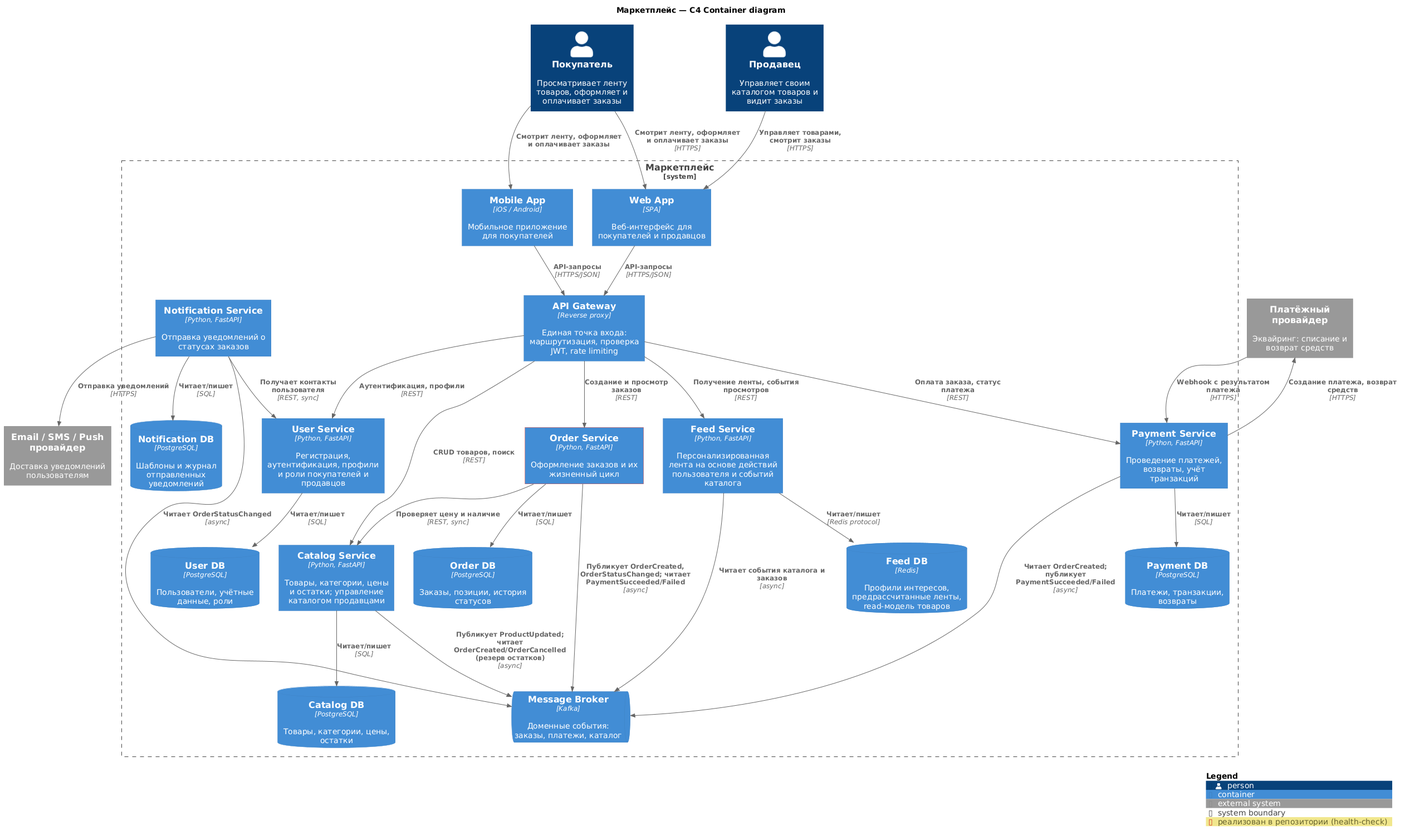
seajoyer/soa-hw keeps this PlantUML diagram as docs/c4-container.png. Above is the earlier version.
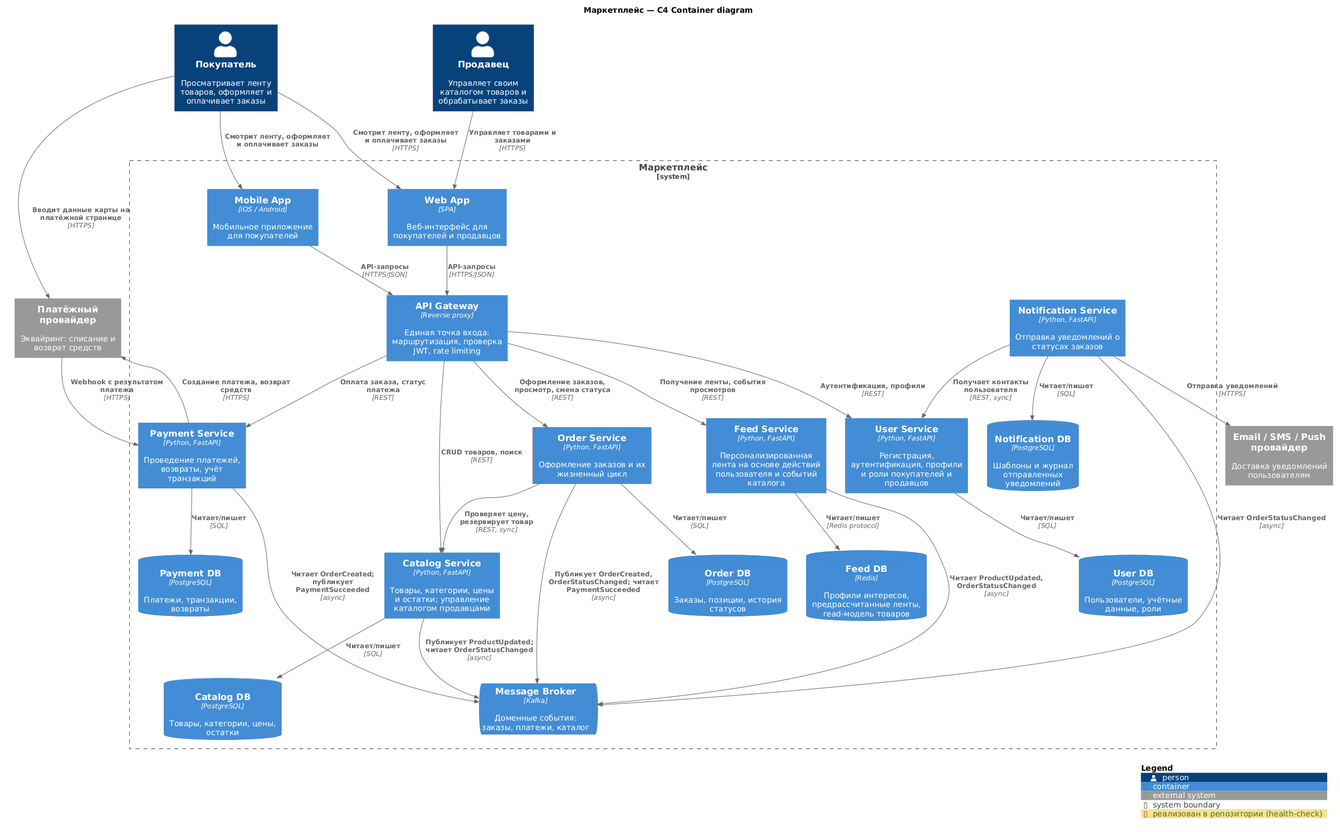
Later version of the same file.

The edit, as a diff of the source:
```diff
@@ -6,7 +6,7 @@
 AddElementTag("implemented", $borderColor="#d73027", $legendText="реализован в репозитории (health-check)")
 
 Person(buyer, "Покупатель", "Просматривает ленту товаров, оформляет и оплачивает заказы")
-Person(seller, "Продавец", "Управляет своим каталогом товаров и видит заказы")
+Person(seller, "Продавец", "Управляет своим каталогом товаров и обрабатывает заказы")
 
 System_Boundary(mp, "Маркетплейс") {
   Container(web, "Web App", "SPA", "Веб-интерфейс для покупателей и продавцов")
@@ -35,17 +35,18 @@
 
 Rel(buyer, web, "Смотрит ленту, оформляет и оплачивает заказы", "HTTPS")
 Rel(buyer, mobile, "Смотрит ленту, оформляет и оплачивает заказы")
-Rel(seller, web, "Управляет товарами, смотрит заказы", "HTTPS")
+Rel(seller, web, "Управляет товарами и заказами", "HTTPS")
+Rel(buyer, psp, "Вводит данные карты на платёжной странице", "HTTPS")
 Rel(web, gw, "API-запросы", "HTTPS/JSON")
 Rel(mobile, gw, "API-запросы", "HTTPS/JSON")
 
 Rel(gw, user, "Аутентификация, профили", "REST")
 Rel(gw, catalog, "CRUD товаров, поиск", "REST")
 Rel(gw, feed, "Получение ленты, события просмотров", "REST")
-Rel(gw, order, "Создание и просмотр заказов", "REST")
+Rel(gw, order, "Оформление заказов, просмотр, смена статуса", "REST")
 Rel(gw, payment, "Оплата заказа, статус платежа", "REST")
 
-Rel(order, catalog, "Проверяет цену и наличие", "REST, sync")
+Rel(order, catalog, "Проверяет цену, резервирует товар", "REST, sync")
 Rel(notification, user, "Получает контакты пользователя", "REST, sync")
 
 Rel_D(user, userDb, "Читает/пишет", "SQL")
@@ -55,10 +56,10 @@
 Rel_D(payment, paymentDb, "Читает/пишет", "SQL")
 Rel_D(notification, notificationDb, "Читает/пишет", "SQL")
 
-Rel(catalog, broker, "Публикует ProductUpdated; читает OrderCreated/OrderCancelled (резерв остатков)", "async")
-Rel(order, broker, "Публикует OrderCreated, OrderStatusChanged; читает PaymentSucceeded/Failed", "async")
-Rel(payment, broker, "Читает OrderCreated; публикует PaymentSucceeded/Failed", "async")
-Rel(feed, broker, "Читает события каталога и заказов", "async")
+Rel(catalog, broker, "Публикует ProductUpdated; читает OrderStatusChanged", "async")
+Rel(order, broker, "Публикует OrderCreated, OrderStatusChanged; читает PaymentSucceeded", "async")
+Rel(payment, broker, "Читает OrderCreated; публикует PaymentSucceeded", "async")
+Rel(feed, broker, "Читает ProductUpdated, OrderStatusChanged", "async")
 Rel(notification, broker, "Читает OrderStatusChanged", "async")
 
 Rel(payment, psp, "Создание платежа, возврат средств", "HTTPS")
```
